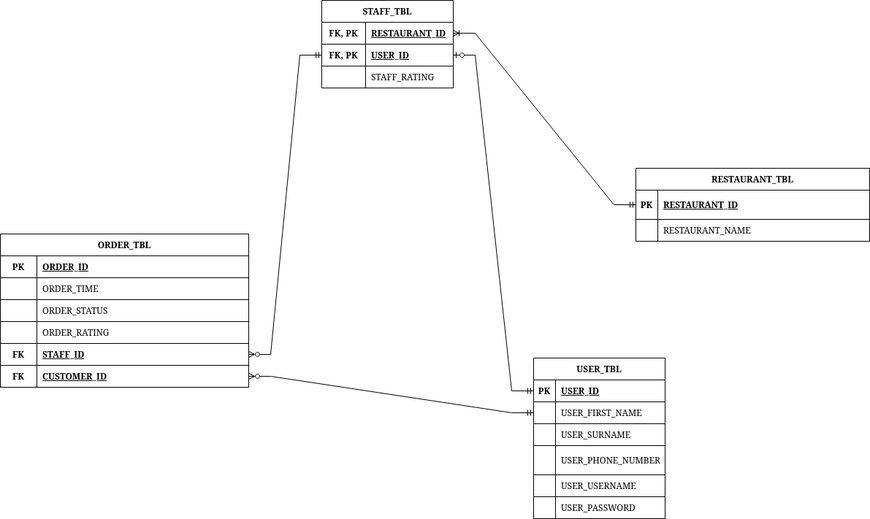
The draw.io diagram planning/db_planning/database/database_uml.drawio.png in Kereshlin/restaurant, before a commit. Source tidied: cells renumbered, new cells last; positions are measured from the earlier drawing's top-left corner, leaving out a move shared by most shapes.
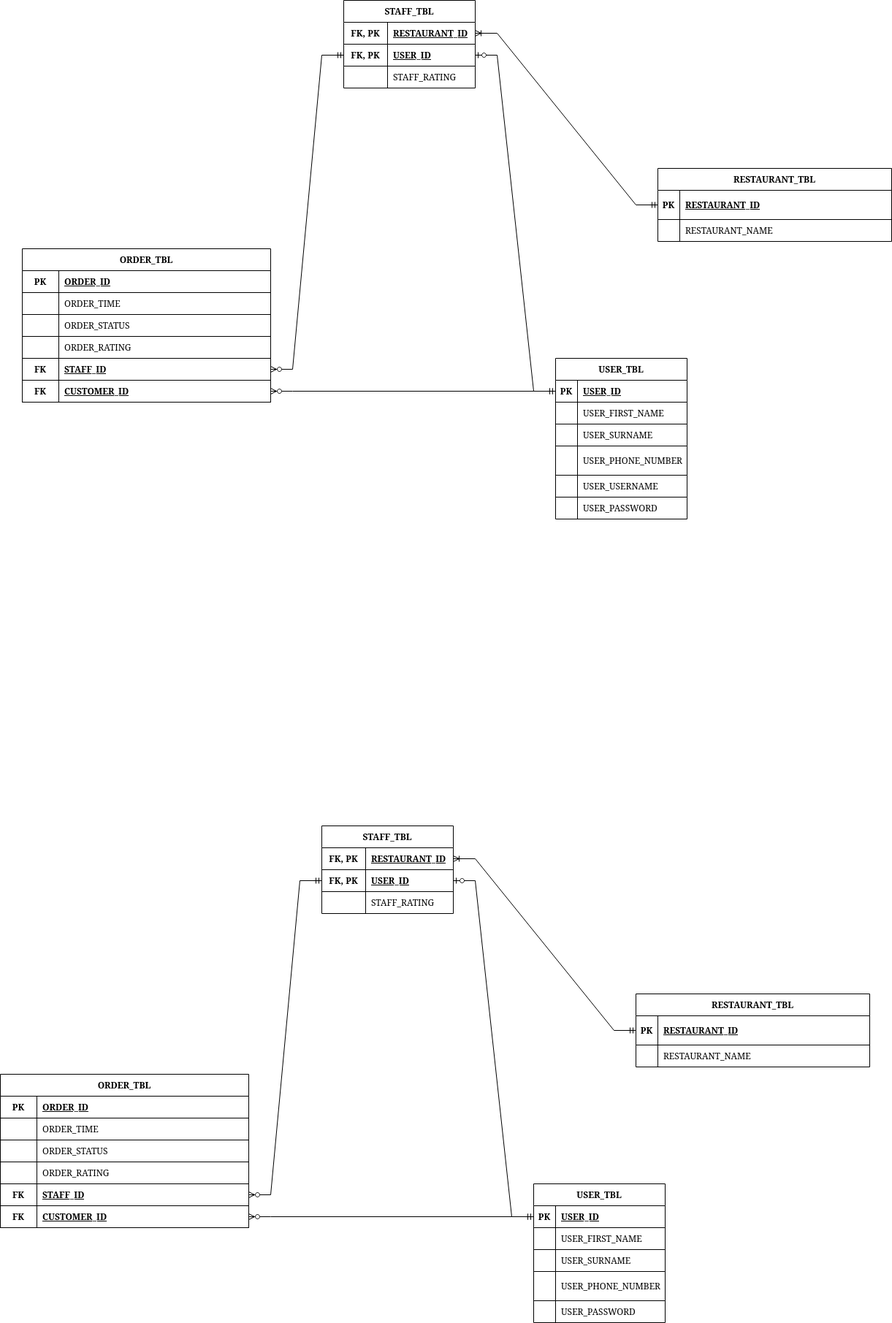
Later version of the same file.

Change to the diagram source:
```diff
@@ -117,7 +117,7 @@
       <mxGeometry x="30" width="290" height="30" as="geometry" />
     </mxCell>
     <mxCell id="40" value="ORDER_TBL" style="shape=table;startSize=30;rowLines=1;fontStyle=1;align=center;" parent="1" vertex="1">
-      <mxGeometry y="320" width="340" height="210" as="geometry" />
+      <mxGeometry y="340" width="340" height="210" as="geometry" />
     </mxCell>
     <mxCell id="41" style="shape=tableRow;horizontal=0;startSize=0;swimlaneHead=0;swimlaneBody=0;fillColor=none;top=0;left=0;right=0;bottom=1;" parent="40" vertex="1">
       <mxGeometry y="30" width="340" height="30" as="geometry" />
@@ -173,11 +173,179 @@
     <mxCell id="58" value="CUSTOMER_ID" style="shape=partialRectangle;fillColor=none;top=0;left=0;bottom=0;right=0;align=left;spacingLeft=6;fontStyle=5;overflow=hidden;" parent="56" vertex="1">
       <mxGeometry x="50" width="290" height="30" as="geometry" />
     </mxCell>
-    <mxCell id="59" style="edgeStyle=entityRelationEdgeStyle;fontSize=12;html=1;endArrow=ERzeroToMany;startArrow=ERmandOne;rounded=0;entryX=1;entryY=0.5;entryDx=0;entryDy=0;exitX=0;exitY=0.5;exitDx=0;exitDy=0;" parent="1" edge="1" source="6" target="56">
+    <mxCell id="59" style="edgeStyle=entityRelationEdgeStyle;fontSize=12;html=1;endArrow=ERzeroToMany;startArrow=ERmandOne;rounded=0;entryX=1;entryY=0.5;entryDx=0;entryDy=0;exitX=0;exitY=0.5;exitDx=0;exitDy=0;" parent="1" edge="1" source="3" target="56">
       <mxGeometry relative="1" as="geometry" />
     </mxCell>
     <mxCell id="60" style="edgeStyle=entityRelationEdgeStyle;fontSize=12;html=1;endArrow=ERzeroToMany;startArrow=ERmandOne;rounded=0;exitX=0;exitY=0.5;exitDx=0;exitDy=0;entryX=1;entryY=0.5;entryDx=0;entryDy=0;" parent="1" edge="1" source="26" target="53">
       <mxGeometry relative="1" as="geometry" />
     </mxCell>
+    <mxCell id="61" value="USER_TBL" style="shape=table;startSize=30;rowLines=1;fontStyle=1;align=center;" parent="1" vertex="1">
+      <mxGeometry x="700" y="1620" width="180" height="190" as="geometry" />
+    </mxCell>
+    <mxCell id="62" style="shape=tableRow;horizontal=0;startSize=0;swimlaneHead=0;swimlaneBody=0;fillColor=none;points=[[0,0.5],[1,0.5]];portConstraint=eastwest;top=0;left=0;right=0;bottom=1;" parent="61" vertex="1">
+      <mxGeometry y="30" width="180" height="30" as="geometry" />
+    </mxCell>
+    <mxCell id="63" value="PK" style="shape=partialRectangle;fillColor=none;top=0;left=0;bottom=0;right=0;fontStyle=1;overflow=hidden;" parent="62" vertex="1">
+      <mxGeometry width="30" height="30" as="geometry" />
+    </mxCell>
+    <mxCell id="64" value="USER_ID" style="shape=partialRectangle;fillColor=none;top=0;left=0;bottom=0;right=0;align=left;spacingLeft=6;fontStyle=5;overflow=hidden;" parent="62" vertex="1">
+      <mxGeometry x="30" width="150" height="30" as="geometry" />
+    </mxCell>
+    <mxCell id="65" style="shape=tableRow;horizontal=0;startSize=0;swimlaneHead=0;swimlaneBody=0;fillColor=none;top=0;left=0;right=0;bottom=0;" parent="61" vertex="1">
+      <mxGeometry y="60" width="180" height="30" as="geometry" />
+    </mxCell>
+    <mxCell id="66" style="shape=partialRectangle;fillColor=none;top=0;left=0;bottom=0;right=0;overflow=hidden;" parent="65" vertex="1">
+      <mxGeometry width="30" height="30" as="geometry" />
+    </mxCell>
+    <mxCell id="67" value="USER_FIRST_NAME" style="shape=partialRectangle;fillColor=none;top=0;left=0;bottom=0;right=0;align=left;spacingLeft=6;overflow=hidden;" parent="65" vertex="1">
+      <mxGeometry x="30" width="150" height="30" as="geometry" />
+    </mxCell>
+    <mxCell id="68" style="shape=tableRow;horizontal=0;startSize=0;swimlaneHead=0;swimlaneBody=0;fillColor=none;top=0;left=0;right=0;bottom=0;" parent="61" vertex="1">
+      <mxGeometry y="90" width="180" height="30" as="geometry" />
+    </mxCell>
+    <mxCell id="69" style="shape=partialRectangle;fillColor=none;top=0;left=0;bottom=0;right=0;overflow=hidden;" parent="68" vertex="1">
+      <mxGeometry width="30" height="30" as="geometry" />
+    </mxCell>
+    <mxCell id="70" value="USER_SURNAME" style="shape=partialRectangle;fillColor=none;top=0;left=0;bottom=0;right=0;align=left;spacingLeft=6;overflow=hidden;" parent="68" vertex="1">
+      <mxGeometry x="30" width="150" height="30" as="geometry" />
+    </mxCell>
+    <mxCell id="71" style="shape=tableRow;horizontal=0;startSize=0;swimlaneHead=0;swimlaneBody=0;fillColor=none;top=0;left=0;right=0;bottom=0;" parent="61" vertex="1">
+      <mxGeometry y="120" width="180" height="40" as="geometry" />
+    </mxCell>
+    <mxCell id="72" style="shape=partialRectangle;fillColor=none;top=0;left=0;bottom=0;right=0;overflow=hidden;" parent="71" vertex="1">
+      <mxGeometry width="30" height="40" as="geometry" />
+    </mxCell>
+    <mxCell id="73" value="USER_PHONE_NUMBER" style="shape=partialRectangle;fillColor=none;top=0;left=0;bottom=0;right=0;align=left;spacingLeft=6;overflow=hidden;" parent="71" vertex="1">
+      <mxGeometry x="30" width="150" height="40" as="geometry" />
+    </mxCell>
+    <mxCell id="74" style="shape=tableRow;horizontal=0;startSize=0;swimlaneHead=0;swimlaneBody=0;fillColor=none;top=0;left=0;right=0;bottom=0;" parent="61" vertex="1">
+      <mxGeometry y="160" width="180" height="30" as="geometry" />
+    </mxCell>
+    <mxCell id="75" style="shape=partialRectangle;fillColor=none;top=0;left=0;bottom=0;right=0;overflow=hidden;" parent="74" vertex="1">
+      <mxGeometry width="30" height="30" as="geometry" />
+    </mxCell>
+    <mxCell id="76" value="USER_PASSWORD" style="shape=partialRectangle;fillColor=none;top=0;left=0;bottom=0;right=0;align=left;spacingLeft=6;overflow=hidden;" parent="74" vertex="1">
+      <mxGeometry x="30" width="150" height="30" as="geometry" />
+    </mxCell>
+    <mxCell id="77" style="edgeStyle=entityRelationEdgeStyle;fontSize=12;html=1;endArrow=ERzeroToOne;startArrow=ERmandOne;rounded=0;entryX=1;entryY=0.5;entryDx=0;entryDy=0;exitX=0;exitY=0.5;exitDx=0;exitDy=0;" parent="1" edge="1" source="62" target="82">
+      <mxGeometry relative="1" as="geometry" />
+    </mxCell>
+    <mxCell id="78" value="STAFF_TBL" style="shape=table;startSize=30;rowLines=1;fontStyle=1;align=center;" parent="1" vertex="1">
+      <mxGeometry x="410" y="1130" width="180" height="120" as="geometry" />
+    </mxCell>
+    <mxCell id="79" style="shape=tableRow;horizontal=0;startSize=0;swimlaneHead=0;swimlaneBody=0;fillColor=none;points=[[0,0.5],[1,0.5]];portConstraint=eastwest;top=0;left=0;right=0;bottom=0;" parent="78" vertex="1">
+      <mxGeometry y="30" width="180" height="30" as="geometry" />
+    </mxCell>
+    <mxCell id="80" value="FK, PK" style="shape=partialRectangle;fillColor=none;top=0;left=0;bottom=0;right=0;fontStyle=1;overflow=hidden;" parent="79" vertex="1">
+      <mxGeometry width="60" height="30" as="geometry" />
+    </mxCell>
+    <mxCell id="81" value="RESTAURANT_ID" style="shape=partialRectangle;fillColor=none;top=0;left=0;bottom=0;right=0;align=left;spacingLeft=6;fontStyle=5;overflow=hidden;" parent="79" vertex="1">
+      <mxGeometry x="60" width="120" height="30" as="geometry" />
+    </mxCell>
+    <mxCell id="82" style="shape=tableRow;horizontal=0;startSize=0;swimlaneHead=0;swimlaneBody=0;fillColor=none;points=[[0,0.5],[1,0.5]];portConstraint=eastwest;top=0;left=0;right=0;bottom=1;" parent="78" vertex="1">
+      <mxGeometry y="60" width="180" height="30" as="geometry" />
+    </mxCell>
+    <mxCell id="83" value="FK, PK" style="shape=partialRectangle;fillColor=none;top=0;left=0;bottom=0;right=0;fontStyle=1;overflow=hidden;" parent="82" vertex="1">
+      <mxGeometry width="60" height="30" as="geometry" />
+    </mxCell>
+    <mxCell id="84" value="USER_ID" style="shape=partialRectangle;fillColor=none;top=0;left=0;bottom=0;right=0;align=left;spacingLeft=6;fontStyle=5;overflow=hidden;" parent="82" vertex="1">
+      <mxGeometry x="60" width="120" height="30" as="geometry" />
+    </mxCell>
+    <mxCell id="85" style="shape=tableRow;horizontal=0;startSize=0;swimlaneHead=0;swimlaneBody=0;fillColor=none;top=0;left=0;right=0;bottom=0;" parent="78" vertex="1">
+      <mxGeometry y="90" width="180" height="30" as="geometry" />
+    </mxCell>
+    <mxCell id="86" style="shape=partialRectangle;fillColor=none;top=0;left=0;bottom=0;right=0;overflow=hidden;" parent="85" vertex="1">
+      <mxGeometry width="60" height="30" as="geometry" />
+    </mxCell>
+    <mxCell id="87" value="STAFF_RATING" style="shape=partialRectangle;fillColor=none;top=0;left=0;bottom=0;right=0;align=left;spacingLeft=6;overflow=hidden;" parent="85" vertex="1">
+      <mxGeometry x="60" width="120" height="30" as="geometry" />
+    </mxCell>
+    <mxCell id="88" style="edgeStyle=entityRelationEdgeStyle;fontSize=12;html=1;endArrow=ERoneToMany;startArrow=ERmandOne;rounded=0;exitX=0;exitY=0.5;exitDx=0;exitDy=0;entryX=1;entryY=0.5;entryDx=0;entryDy=0;" parent="1" edge="1" source="90" target="79">
+      <mxGeometry relative="1" as="geometry" />
+    </mxCell>
+    <mxCell id="89" value="RESTAURANT_TBL" style="shape=table;startSize=30;rowLines=1;fontStyle=1;align=center;swimlaneLine=1;" parent="1" vertex="1">
+      <mxGeometry x="840" y="1360" width="320" height="100" as="geometry" />
+    </mxCell>
+    <mxCell id="90" style="shape=partialRectangle;fillColor=none;points=[[0,0.5],[1,0.5]];portConstraint=eastwest;top=0;left=0;right=0;bottom=1;" parent="89" vertex="1">
+      <mxGeometry y="30" width="320" height="40" as="geometry" />
+    </mxCell>
+    <mxCell id="91" value="PK" style="shape=partialRectangle;overflow=hidden;fillColor=none;top=0;left=0;bottom=0;right=0;fontStyle=1;" parent="90" vertex="1">
+      <mxGeometry width="30" height="40" as="geometry" />
+    </mxCell>
+    <mxCell id="92" value="RESTAURANT_ID" style="shape=partialRectangle;overflow=hidden;fillColor=none;top=0;left=0;bottom=0;right=0;align=left;spacingLeft=6;fontStyle=5;" parent="90" vertex="1">
+      <mxGeometry x="30" width="290" height="40" as="geometry" />
+    </mxCell>
+    <mxCell id="93" style="shape=partialRectangle;fillColor=none;top=0;left=0;right=0;bottom=0;" parent="89" vertex="1">
+      <mxGeometry y="70" width="320" height="30" as="geometry" />
+    </mxCell>
+    <mxCell id="94" style="shape=partialRectangle;overflow=hidden;fillColor=none;top=0;left=0;bottom=0;right=0;" parent="93" vertex="1">
+      <mxGeometry width="30" height="30" as="geometry" />
+    </mxCell>
+    <mxCell id="95" value="RESTAURANT_NAME" style="shape=partialRectangle;overflow=hidden;fillColor=none;top=0;left=0;bottom=0;right=0;align=left;spacingLeft=6;" parent="93" vertex="1">
+      <mxGeometry x="30" width="290" height="30" as="geometry" />
+    </mxCell>
+    <mxCell id="96" value="ORDER_TBL" style="shape=table;startSize=30;rowLines=1;fontStyle=1;align=center;" parent="1" vertex="1">
+      <mxGeometry x="-30" y="1470" width="340" height="210" as="geometry" />
+    </mxCell>
+    <mxCell id="97" style="shape=tableRow;horizontal=0;startSize=0;swimlaneHead=0;swimlaneBody=0;fillColor=none;top=0;left=0;right=0;bottom=1;" parent="96" vertex="1">
+      <mxGeometry y="30" width="340" height="30" as="geometry" />
+    </mxCell>
+    <mxCell id="98" value="PK" style="shape=partialRectangle;fillColor=none;top=0;left=0;bottom=0;right=0;fontStyle=1;overflow=hidden;" parent="97" vertex="1">
+      <mxGeometry width="50" height="30" as="geometry" />
+    </mxCell>
+    <mxCell id="99" value="ORDER_ID" style="shape=partialRectangle;fillColor=none;top=0;left=0;bottom=0;right=0;align=left;spacingLeft=6;fontStyle=5;overflow=hidden;" parent="97" vertex="1">
+      <mxGeometry x="50" width="290" height="30" as="geometry" />
+    </mxCell>
+    <mxCell id="100" style="shape=tableRow;horizontal=0;startSize=0;swimlaneHead=0;swimlaneBody=0;fillColor=none;top=0;left=0;right=0;bottom=0;" parent="96" vertex="1">
+      <mxGeometry y="60" width="340" height="30" as="geometry" />
+    </mxCell>
+    <mxCell id="101" style="shape=partialRectangle;fillColor=none;top=0;left=0;bottom=0;right=0;overflow=hidden;" parent="100" vertex="1">
+      <mxGeometry width="50" height="30" as="geometry" />
+    </mxCell>
+    <mxCell id="102" value="ORDER_TIME" style="shape=partialRectangle;fillColor=none;top=0;left=0;bottom=0;right=0;align=left;spacingLeft=6;overflow=hidden;" parent="100" vertex="1">
+      <mxGeometry x="50" width="290" height="30" as="geometry" />
+    </mxCell>
+    <mxCell id="103" style="shape=tableRow;horizontal=0;startSize=0;swimlaneHead=0;swimlaneBody=0;fillColor=none;top=0;left=0;right=0;bottom=0;" parent="96" vertex="1">
+      <mxGeometry y="90" width="340" height="30" as="geometry" />
+    </mxCell>
+    <mxCell id="104" style="shape=partialRectangle;fillColor=none;top=0;left=0;bottom=0;right=0;overflow=hidden;" parent="103" vertex="1">
+      <mxGeometry width="50" height="30" as="geometry" />
+    </mxCell>
+    <mxCell id="105" value="ORDER_STATUS" style="shape=partialRectangle;fillColor=none;top=0;left=0;bottom=0;right=0;align=left;spacingLeft=6;overflow=hidden;" parent="103" vertex="1">
+      <mxGeometry x="50" width="290" height="30" as="geometry" />
+    </mxCell>
+    <mxCell id="106" style="shape=tableRow;horizontal=0;startSize=0;swimlaneHead=0;swimlaneBody=0;fillColor=none;top=0;left=0;right=0;bottom=0;" parent="96" vertex="1">
+      <mxGeometry y="120" width="340" height="30" as="geometry" />
+    </mxCell>
+    <mxCell id="107" style="shape=partialRectangle;fillColor=none;top=0;left=0;bottom=0;right=0;overflow=hidden;" parent="106" vertex="1">
+      <mxGeometry width="50" height="30" as="geometry" />
+    </mxCell>
+    <mxCell id="108" value="ORDER_RATING" style="shape=partialRectangle;fillColor=none;top=0;left=0;bottom=0;right=0;align=left;spacingLeft=6;overflow=hidden;" parent="106" vertex="1">
+      <mxGeometry x="50" width="290" height="30" as="geometry" />
+    </mxCell>
+    <mxCell id="109" style="shape=tableRow;horizontal=0;startSize=0;swimlaneHead=0;swimlaneBody=0;fillColor=none;points=[[0,0.5],[1,0.5]];portConstraint=eastwest;top=0;left=0;right=0;bottom=1;" parent="96" vertex="1">
+      <mxGeometry y="150" width="340" height="30" as="geometry" />
+    </mxCell>
+    <mxCell id="110" value="FK" style="shape=partialRectangle;fillColor=none;top=0;left=0;bottom=0;right=0;fontStyle=1;overflow=hidden;" parent="109" vertex="1">
+      <mxGeometry width="50" height="30" as="geometry" />
+    </mxCell>
+    <mxCell id="111" value="STAFF_ID" style="shape=partialRectangle;fillColor=none;top=0;left=0;bottom=0;right=0;align=left;spacingLeft=6;fontStyle=5;overflow=hidden;" parent="109" vertex="1">
+      <mxGeometry x="50" width="290" height="30" as="geometry" />
+    </mxCell>
+    <mxCell id="112" style="shape=tableRow;horizontal=0;startSize=0;swimlaneHead=0;swimlaneBody=0;fillColor=none;points=[[0,0.5],[1,0.5]];portConstraint=eastwest;top=0;left=0;right=0;bottom=1;" parent="96" vertex="1">
+      <mxGeometry y="180" width="340" height="30" as="geometry" />
+    </mxCell>
+    <mxCell id="113" value="FK" style="shape=partialRectangle;fillColor=none;top=0;left=0;bottom=0;right=0;fontStyle=1;overflow=hidden;" parent="112" vertex="1">
+      <mxGeometry width="50" height="30" as="geometry" />
+    </mxCell>
+    <mxCell id="114" value="CUSTOMER_ID" style="shape=partialRectangle;fillColor=none;top=0;left=0;bottom=0;right=0;align=left;spacingLeft=6;fontStyle=5;overflow=hidden;" parent="112" vertex="1">
+      <mxGeometry x="50" width="290" height="30" as="geometry" />
+    </mxCell>
+    <mxCell id="115" style="edgeStyle=entityRelationEdgeStyle;fontSize=12;html=1;endArrow=ERzeroToMany;startArrow=ERmandOne;rounded=0;entryX=1;entryY=0.5;entryDx=0;entryDy=0;exitX=0;exitY=0.5;exitDx=0;exitDy=0;" parent="1" edge="1" source="62" target="112">
+      <mxGeometry relative="1" as="geometry" />
+    </mxCell>
+    <mxCell id="116" style="edgeStyle=entityRelationEdgeStyle;fontSize=12;html=1;endArrow=ERzeroToMany;startArrow=ERmandOne;rounded=0;exitX=0;exitY=0.5;exitDx=0;exitDy=0;entryX=1;entryY=0.5;entryDx=0;entryDy=0;" parent="1" edge="1" source="82" target="109">
+      <mxGeometry relative="1" as="geometry" />
+    </mxCell>
   </root>
 </mxGraphModel>
```
